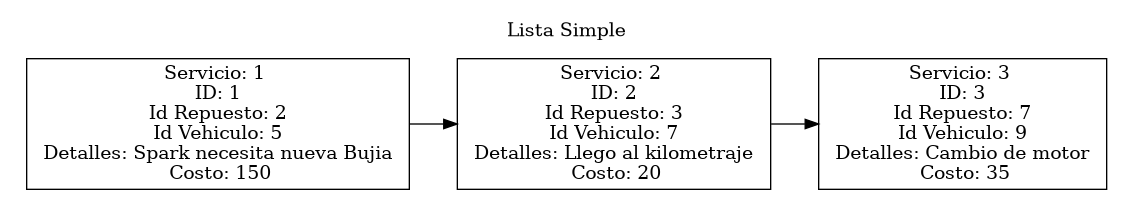
Earlier version of the Graphviz export Proyecto-Fase 1/Reportes/Cola.png (Rodrigo-1504/-EDD-1S2025_202202854). Its source is kept beside it as Proyecto-Fase 1/Reportes/Cola.dot. Its diagram source:
```dot
digraph {
	node[shape=record];
	graph[pencolor=transparent];
	rankdir=LR;
	subgraph cluster_0{
		label = "Lista Simple";
			n0 [label = "{Servicio: 1 \n ID: 1 \n Id Repuesto: 2 \n Id Vehiculo: 5 \n Detalles: Spark necesita nueva Bujia \n Costo: 150}"];
			n1 [label = "{Servicio: 2 \n ID: 2 \n Id Repuesto: 3 \n Id Vehiculo: 7 \n Detalles: Llego al kilometraje \n Costo: 20}"];
			n2 [label = "{Servicio: 3 \n ID: 3 \n Id Repuesto: 7 \n Id Vehiculo: 9 \n Detalles: Cambio de motor \n Costo: 35}"];
			n0 -> n1;
			n1 -> n2;
		}
}
```
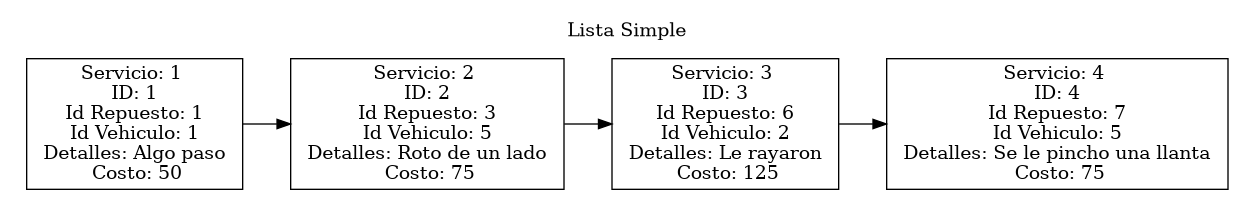
Later version of the same file.

Diff of the diagram source:
```diff
@@ -4,10 +4,12 @@
 	rankdir=LR;
 	subgraph cluster_0{
 		label = "Lista Simple";
-			n0 [label = "{Servicio: 1 \n ID: 1 \n Id Repuesto: 2 \n Id Vehiculo: 5 \n Detalles: Spark necesita nueva Bujia \n Costo: 150}"];
-			n1 [label = "{Servicio: 2 \n ID: 2 \n Id Repuesto: 3 \n Id Vehiculo: 7 \n Detalles: Llego al kilometraje \n Costo: 20}"];
-			n2 [label = "{Servicio: 3 \n ID: 3 \n Id Repuesto: 7 \n Id Vehiculo: 9 \n Detalles: Cambio de motor \n Costo: 35}"];
+			n0 [label = "{Servicio: 1 \n ID: 1 \n Id Repuesto: 1 \n Id Vehiculo: 1 \n Detalles: Algo paso \n Costo: 50}"];
+			n1 [label = "{Servicio: 2 \n ID: 2 \n Id Repuesto: 3 \n Id Vehiculo: 5 \n Detalles: Roto de un lado \n Costo: 75}"];
+			n2 [label = "{Servicio: 3 \n ID: 3 \n Id Repuesto: 6 \n Id Vehiculo: 2 \n Detalles: Le rayaron \n Costo: 125}"];
+			n3 [label = "{Servicio: 4 \n ID: 4 \n Id Repuesto: 7 \n Id Vehiculo: 5 \n Detalles: Se le pincho una llanta \n Costo: 75}"];
 			n0 -> n1;
 			n1 -> n2;
+			n2 -> n3;
 		}
 }
```
